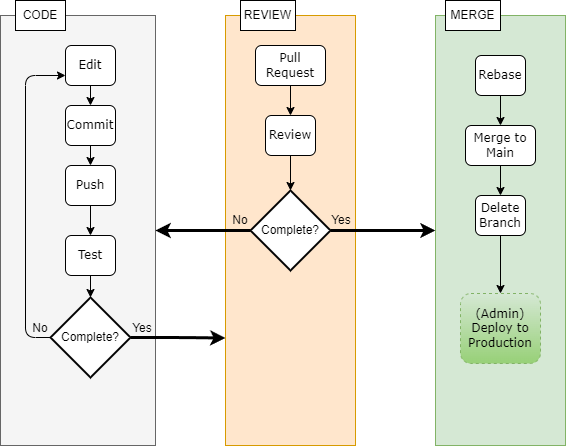
andylytical/stackedit keeps this draw.io diagram as Git Workflow.png. Above is the earlier version. Source tidied: cells renumbered, new cells last; positions are measured from the earlier drawing's top-left corner, leaving out a move shared by most shapes.
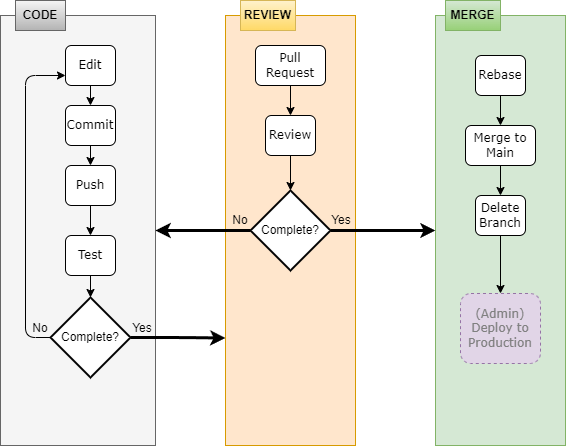
After the commit.

Diff of the diagram source:
```diff
@@ -85,13 +85,13 @@
     <mxCell id="27" value="Complete?&lt;br&gt;" style="strokeWidth=2;html=1;shape=mxgraph.flowchart.decision;whiteSpace=wrap;" parent="1" vertex="1">
       <mxGeometry x="250" y="190" width="80" height="80" as="geometry" />
     </mxCell>
-    <mxCell id="28" value="CODE" style="rounded=0;whiteSpace=wrap;html=1;" parent="1" vertex="1">
+    <mxCell id="28" value="&lt;b&gt;CODE&lt;/b&gt;" style="rounded=0;whiteSpace=wrap;html=1;fillColor=#f5f5f5;strokeColor=#666666;gradientColor=#b3b3b3;" parent="1" vertex="1">
       <mxGeometry x="15" width="50" height="30" as="geometry" />
     </mxCell>
-    <mxCell id="29" value="REVIEW" style="rounded=0;whiteSpace=wrap;html=1;" parent="1" vertex="1">
+    <mxCell id="29" value="&lt;b&gt;REVIEW&lt;/b&gt;" style="rounded=0;whiteSpace=wrap;html=1;fillColor=#fff2cc;strokeColor=#d6b656;gradientColor=#ffd966;" parent="1" vertex="1">
       <mxGeometry x="240" width="55" height="30" as="geometry" />
     </mxCell>
-    <mxCell id="30" value="MERGE" style="rounded=0;whiteSpace=wrap;html=1;" parent="1" vertex="1">
+    <mxCell id="30" value="&lt;b&gt;MERGE&lt;/b&gt;" style="rounded=0;whiteSpace=wrap;html=1;fillColor=#d5e8d4;strokeColor=#82b366;gradientColor=#97d077;" parent="1" vertex="1">
       <mxGeometry x="445" width="55" height="30" as="geometry" />
     </mxCell>
     <mxCell id="31" value="No" style="text;html=1;strokeColor=none;fillColor=none;align=center;verticalAlign=middle;whiteSpace=wrap;rounded=0;" parent="1" vertex="1">
@@ -109,7 +109,7 @@
     <mxCell id="35" style="edgeStyle=orthogonalEdgeStyle;rounded=0;jettySize=auto;html=1;entryX=0.5;entryY=0;entryDx=0;entryDy=0;entryPerimeter=0;" parent="1" edge="1" source="16" target="27">
       <mxGeometry relative="1" as="geometry" />
     </mxCell>
-    <mxCell id="36" value="(Admin)&lt;div&gt;Deploy to Production&lt;/div&gt;" style="rounded=1;whiteSpace=wrap;html=1;shadow=0;labelBackgroundColor=none;strokeColor=#82b366;strokeWidth=1;fillColor=#d5e8d4;fontFamily=Verdana;fontSize=12;align=center;gradientColor=#97d077;dashed=1;" parent="1" vertex="1">
+    <mxCell id="36" value="(Admin)&lt;div&gt;Deploy to Production&lt;/div&gt;" style="rounded=1;whiteSpace=wrap;html=1;shadow=0;labelBackgroundColor=none;strokeColor=#9673a6;strokeWidth=1;fillColor=#e1d5e7;fontFamily=Verdana;fontSize=12;align=center;dashed=1;fontColor=#808080;" parent="1" vertex="1">
       <mxGeometry x="460" y="293" width="80" height="70" as="geometry" />
     </mxCell>
   </root>
```
